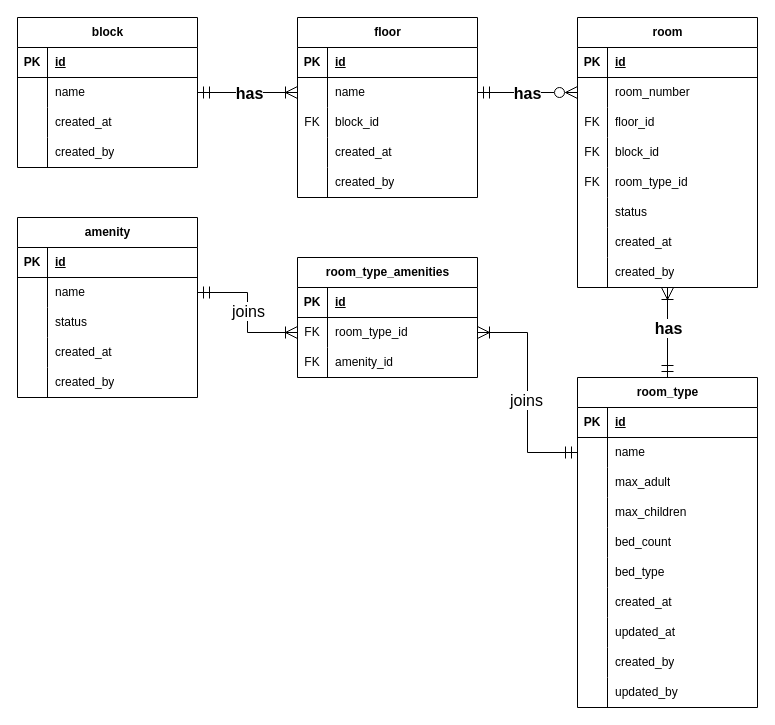
RajaShahzaibNaseer/hotel-PMS-version-1 keeps this draw.io diagram as page "inventory-module" (2 of 4) of docs/hotel-pms-ERD.drawio. Above is the earlier version. Source tidied: cells renumbered, new cells numbered last; positions are measured from the earlier drawing's top-left corner, leaving out a move shared by most shapes. Both pictures are drawn from the tidied source at 100%, with x=0, y=0 at pixel (17, 17).
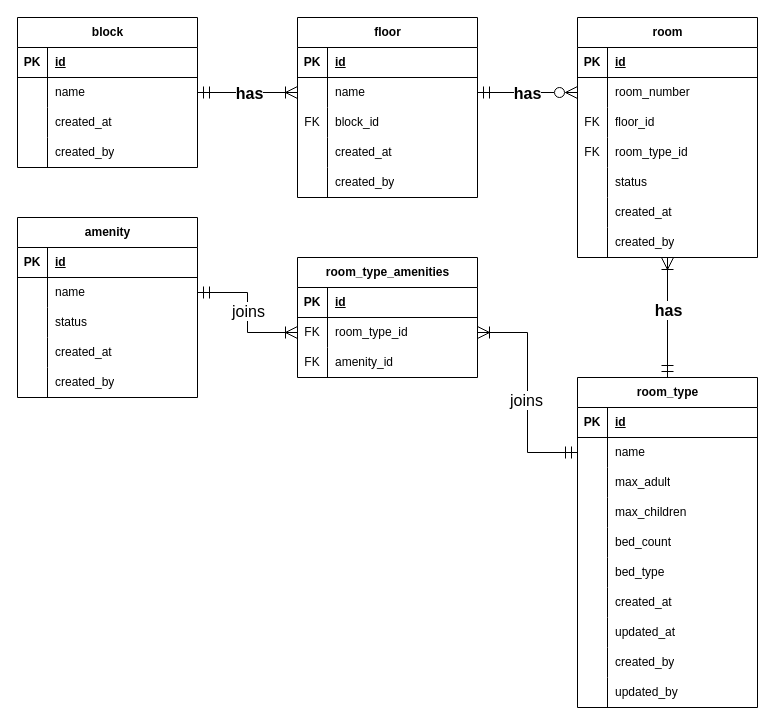
After the change.

Change to the diagram source:
```diff
@@
     <mxCell id="35" value="room" style="shape=table;startSize=30;childLayout=tableLayout;rowLines=0;fontStyle=1;align=center;html=1;" parent="1" vertex="1">
-      <mxGeometry x="560" width="180" height="270" as="geometry" />
+      <mxGeometry x="560" width="180" height="240" as="geometry" />
     </mxCell>
@@
-    <mxCell id="45" style="shape=tableRow;horizontal=0;startSize=0;swimlaneHead=0;swimlaneBody=0;fillColor=none;top=0;left=0;right=0;bottom=0;" parent="35" vertex="1">
-      <mxGeometry y="120" width="180" height="30" as="geometry" />
-    </mxCell>
-    <mxCell id="46" value="FK" style="shape=partialRectangle;fillColor=none;top=0;left=0;bottom=0;right=0;overflow=hidden;whiteSpace=wrap;html=1;" parent="45" vertex="1">
-      <mxGeometry width="30" height="30" as="geometry" />
-    </mxCell>
-    <mxCell id="47" value="block_id" style="shape=partialRectangle;fillColor=none;top=0;left=0;bottom=0;right=0;align=left;spacingLeft=6;overflow=hidden;whiteSpace=wrap;html=1;" parent="45" vertex="1">
-      <mxGeometry x="30" width="150" height="30" as="geometry" />
-    </mxCell>
     <mxCell id="48" style="shape=tableRow;horizontal=0;startSize=0;swimlaneHead=0;swimlaneBody=0;fillColor=none;top=0;left=0;right=0;bottom=0;" parent="35" vertex="1">
-      <mxGeometry y="150" width="180" height="30" as="geometry" />
+      <mxGeometry y="120" width="180" height="30" as="geometry" />
     </mxCell>
@@
     <mxCell id="51" style="shape=tableRow;horizontal=0;startSize=0;swimlaneHead=0;swimlaneBody=0;fillColor=none;top=0;left=0;right=0;bottom=0;" parent="35" vertex="1">
-      <mxGeometry y="180" width="180" height="30" as="geometry" />
+      <mxGeometry y="150" width="180" height="30" as="geometry" />
     </mxCell>
@@
     <mxCell id="54" style="shape=tableRow;horizontal=0;startSize=0;swimlaneHead=0;swimlaneBody=0;fillColor=none;top=0;left=0;right=0;bottom=0;" parent="35" vertex="1">
-      <mxGeometry y="210" width="180" height="30" as="geometry" />
+      <mxGeometry y="180" width="180" height="30" as="geometry" />
     </mxCell>
@@
     <mxCell id="57" style="shape=tableRow;horizontal=0;startSize=0;swimlaneHead=0;swimlaneBody=0;fillColor=none;top=0;left=0;right=0;bottom=0;" parent="35" vertex="1">
-      <mxGeometry y="240" width="180" height="30" as="geometry" />
+      <mxGeometry y="210" width="180" height="30" as="geometry" />
     </mxCell>
```
